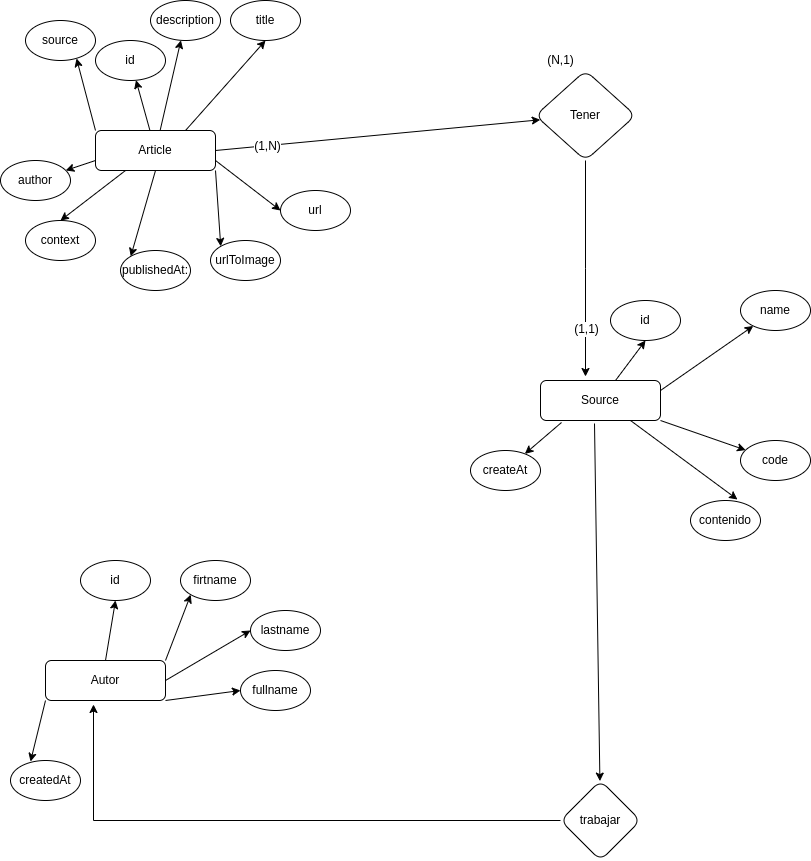
Earlier version of the draw.io export info.png (santy-ramirez/basededatos). Source tidied: cells renumbered, new cells last; positions are measured from the earlier drawing's top-left corner, leaving out a move shared by most shapes.
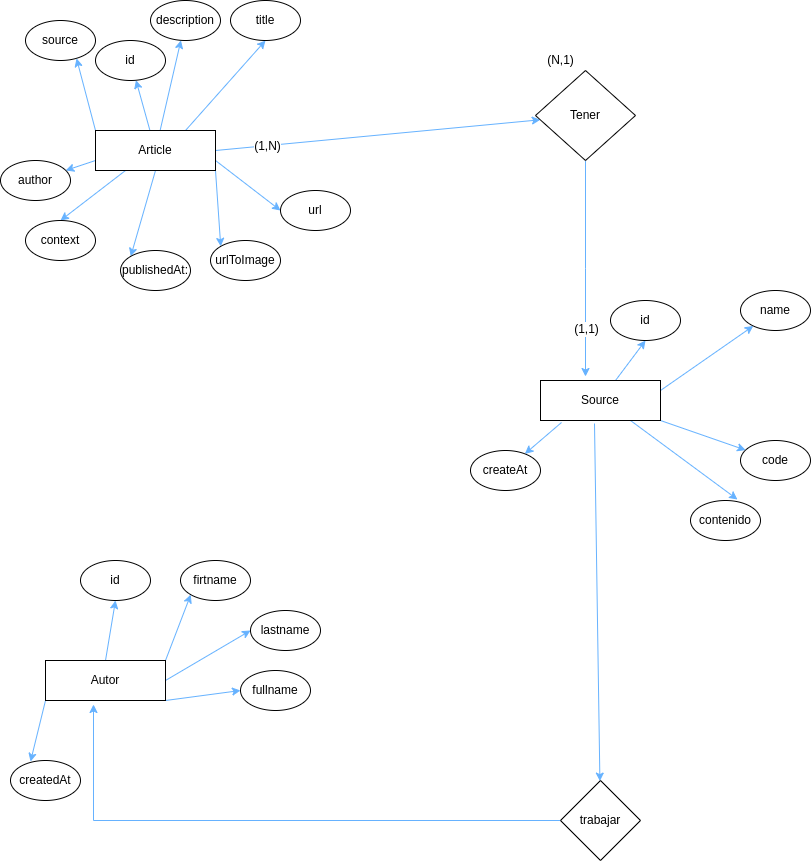
Above is the later version.

Diff of the diagram source:
```diff
@@ -2,158 +2,158 @@
   <root>
     <mxCell id="0" />
     <mxCell id="1" parent="0" />
-    <mxCell id="2" style="rounded=0;jettySize=auto;html=1;" parent="1" edge="1" source="13" target="27">
+    <mxCell id="2" style="rounded=0;jettySize=auto;html=1;strokeColor=#66B2FF;" parent="1" edge="1" source="13" target="27">
       <mxGeometry relative="1" as="geometry" />
     </mxCell>
-    <mxCell id="3" style="rounded=0;jettySize=auto;html=1;exitX=0.75;exitY=0;exitDx=0;exitDy=0;entryX=0.5;entryY=1;entryDx=0;entryDy=0;" parent="1" edge="1" source="13" target="28">
+    <mxCell id="3" style="rounded=0;jettySize=auto;html=1;exitX=0.75;exitY=0;exitDx=0;exitDy=0;entryX=0.5;entryY=1;entryDx=0;entryDy=0;strokeColor=#66B2FF;" parent="1" edge="1" source="13" target="28">
       <mxGeometry relative="1" as="geometry" />
     </mxCell>
-    <mxCell id="4" style="edgeStyle=none;rounded=0;jettySize=auto;html=1;fontFamily=Helvetica;fontSize=12;" parent="1" edge="1" source="13" target="29">
+    <mxCell id="4" style="edgeStyle=none;rounded=0;jettySize=auto;html=1;fontFamily=Helvetica;fontSize=12;strokeColor=#66B2FF;" parent="1" edge="1" source="13" target="29">
       <mxGeometry relative="1" as="geometry" />
     </mxCell>
-    <mxCell id="5" style="edgeStyle=none;rounded=0;jettySize=auto;html=1;exitX=1;exitY=0.75;exitDx=0;exitDy=0;entryX=0;entryY=0.5;entryDx=0;entryDy=0;fontFamily=Helvetica;fontSize=12;" parent="1" edge="1" source="13" target="30">
+    <mxCell id="5" style="edgeStyle=none;rounded=0;jettySize=auto;html=1;exitX=1;exitY=0.75;exitDx=0;exitDy=0;entryX=0;entryY=0.5;entryDx=0;entryDy=0;fontFamily=Helvetica;fontSize=12;strokeColor=#66B2FF;" parent="1" edge="1" source="13" target="30">
       <mxGeometry relative="1" as="geometry" />
     </mxCell>
-    <mxCell id="6" style="edgeStyle=none;rounded=0;jettySize=auto;html=1;exitX=1;exitY=1;exitDx=0;exitDy=0;entryX=0;entryY=0;entryDx=0;entryDy=0;fontFamily=Helvetica;fontSize=12;" parent="1" edge="1" source="13" target="31">
+    <mxCell id="6" style="edgeStyle=none;rounded=0;jettySize=auto;html=1;exitX=1;exitY=1;exitDx=0;exitDy=0;entryX=0;entryY=0;entryDx=0;entryDy=0;fontFamily=Helvetica;fontSize=12;strokeColor=#66B2FF;" parent="1" edge="1" source="13" target="31">
       <mxGeometry relative="1" as="geometry" />
     </mxCell>
-    <mxCell id="7" style="edgeStyle=none;rounded=0;jettySize=auto;html=1;exitX=0.5;exitY=1;exitDx=0;exitDy=0;entryX=0;entryY=0;entryDx=0;entryDy=0;fontFamily=Helvetica;fontSize=12;" parent="1" edge="1" source="13" target="32">
+    <mxCell id="7" style="edgeStyle=none;rounded=0;jettySize=auto;html=1;exitX=0.5;exitY=1;exitDx=0;exitDy=0;entryX=0;entryY=0;entryDx=0;entryDy=0;fontFamily=Helvetica;fontSize=12;strokeColor=#66B2FF;" parent="1" edge="1" source="13" target="32">
       <mxGeometry relative="1" as="geometry" />
     </mxCell>
-    <mxCell id="8" style="edgeStyle=none;rounded=0;jettySize=auto;html=1;exitX=0.25;exitY=1;exitDx=0;exitDy=0;entryX=0.5;entryY=0;entryDx=0;entryDy=0;fontFamily=Helvetica;fontSize=12;" parent="1" edge="1" source="13" target="33">
+    <mxCell id="8" style="edgeStyle=none;rounded=0;jettySize=auto;html=1;exitX=0.25;exitY=1;exitDx=0;exitDy=0;entryX=0.5;entryY=0;entryDx=0;entryDy=0;fontFamily=Helvetica;fontSize=12;strokeColor=#66B2FF;" parent="1" edge="1" source="13" target="33">
       <mxGeometry relative="1" as="geometry" />
     </mxCell>
-    <mxCell id="9" style="edgeStyle=none;rounded=0;jettySize=auto;html=1;exitX=0;exitY=0.75;exitDx=0;exitDy=0;fontFamily=Helvetica;fontSize=12;" parent="1" edge="1" source="13" target="34">
+    <mxCell id="9" style="edgeStyle=none;rounded=0;jettySize=auto;html=1;exitX=0;exitY=0.75;exitDx=0;exitDy=0;fontFamily=Helvetica;fontSize=12;strokeColor=#66B2FF;" parent="1" edge="1" source="13" target="34">
       <mxGeometry relative="1" as="geometry" />
     </mxCell>
-    <mxCell id="10" style="edgeStyle=none;rounded=0;jettySize=auto;html=1;exitX=0;exitY=0;exitDx=0;exitDy=0;entryX=0.729;entryY=0.95;entryDx=0;entryDy=0;entryPerimeter=0;fontFamily=Helvetica;fontSize=12;" parent="1" edge="1" source="13" target="35">
+    <mxCell id="10" style="edgeStyle=none;rounded=0;jettySize=auto;html=1;exitX=0;exitY=0;exitDx=0;exitDy=0;entryX=0.729;entryY=0.95;entryDx=0;entryDy=0;entryPerimeter=0;fontFamily=Helvetica;fontSize=12;strokeColor=#66B2FF;" parent="1" edge="1" source="13" target="35">
       <mxGeometry relative="1" as="geometry" />
     </mxCell>
-    <mxCell id="11" style="rounded=0;jettySize=auto;html=1;fontFamily=Helvetica;fontSize=12;exitX=1;exitY=0.5;exitDx=0;exitDy=0;" parent="1" edge="1" source="13" target="48">
+    <mxCell id="11" style="rounded=0;jettySize=auto;html=1;fontFamily=Helvetica;fontSize=12;exitX=1;exitY=0.5;exitDx=0;exitDy=0;strokeColor=#66B2FF;" parent="1" edge="1" source="13" target="48">
       <mxGeometry relative="1" as="geometry" />
     </mxCell>
-    <mxCell id="12" value="(1,N)" style="edgeLabel;html=1;align=center;verticalAlign=middle;fontSize=12;fontFamily=Helvetica;" parent="11" vertex="1">
+    <mxCell id="12" value="(1,N)" style="edgeLabel;html=1;align=center;verticalAlign=middle;fontSize=12;fontFamily=Helvetica;rounded=0;" parent="11" vertex="1">
       <mxGeometry x="-0.68" relative="1" as="geometry" />
     </mxCell>
-    <mxCell id="13" value="Article" style="rounded=1;whiteSpace=wrap;html=1;fontSize=12;glass=0;strokeWidth=1;shadow=0;" parent="1" vertex="1">
+    <mxCell id="13" value="Article" style="rounded=0;whiteSpace=wrap;html=1;fontSize=12;glass=0;strokeWidth=1;shadow=0;" parent="1" vertex="1">
       <mxGeometry x="95" y="130" width="120" height="40" as="geometry" />
     </mxCell>
-    <mxCell id="14" style="edgeStyle=none;rounded=0;jettySize=auto;html=1;entryX=0.5;entryY=1;entryDx=0;entryDy=0;fontFamily=Helvetica;fontSize=12;" parent="1" edge="1" source="20" target="36">
+    <mxCell id="14" style="edgeStyle=none;rounded=0;jettySize=auto;html=1;entryX=0.5;entryY=1;entryDx=0;entryDy=0;fontFamily=Helvetica;fontSize=12;strokeColor=#66B2FF;" parent="1" edge="1" source="20" target="36">
       <mxGeometry relative="1" as="geometry" />
     </mxCell>
-    <mxCell id="15" style="edgeStyle=none;rounded=0;jettySize=auto;html=1;exitX=1;exitY=0.25;exitDx=0;exitDy=0;fontFamily=Helvetica;fontSize=12;" parent="1" edge="1" source="20" target="38">
+    <mxCell id="15" style="edgeStyle=none;rounded=0;jettySize=auto;html=1;exitX=1;exitY=0.25;exitDx=0;exitDy=0;fontFamily=Helvetica;fontSize=12;strokeColor=#66B2FF;" parent="1" edge="1" source="20" target="38">
       <mxGeometry relative="1" as="geometry" />
     </mxCell>
-    <mxCell id="16" style="edgeStyle=none;rounded=0;jettySize=auto;html=1;exitX=1;exitY=1;exitDx=0;exitDy=0;fontFamily=Helvetica;fontSize=12;" parent="1" edge="1" source="20" target="39">
+    <mxCell id="16" style="edgeStyle=none;rounded=0;jettySize=auto;html=1;exitX=1;exitY=1;exitDx=0;exitDy=0;fontFamily=Helvetica;fontSize=12;strokeColor=#66B2FF;" parent="1" edge="1" source="20" target="39">
       <mxGeometry relative="1" as="geometry" />
     </mxCell>
-    <mxCell id="17" style="edgeStyle=none;rounded=0;jettySize=auto;html=1;exitX=0.75;exitY=1;exitDx=0;exitDy=0;entryX=0.671;entryY=-0.025;entryDx=0;entryDy=0;entryPerimeter=0;fontFamily=Helvetica;fontSize=12;" parent="1" edge="1" source="20" target="40">
+    <mxCell id="17" style="edgeStyle=none;rounded=0;jettySize=auto;html=1;exitX=0.75;exitY=1;exitDx=0;exitDy=0;entryX=0.671;entryY=-0.025;entryDx=0;entryDy=0;entryPerimeter=0;fontFamily=Helvetica;fontSize=12;strokeColor=#66B2FF;" parent="1" edge="1" source="20" target="40">
       <mxGeometry relative="1" as="geometry" />
     </mxCell>
-    <mxCell id="18" style="edgeStyle=none;rounded=0;jettySize=auto;html=1;exitX=0.175;exitY=1.05;exitDx=0;exitDy=0;fontFamily=Helvetica;fontSize=12;exitPerimeter=0;" parent="1" edge="1" source="20" target="41">
+    <mxCell id="18" style="edgeStyle=none;rounded=0;jettySize=auto;html=1;exitX=0.175;exitY=1.05;exitDx=0;exitDy=0;fontFamily=Helvetica;fontSize=12;exitPerimeter=0;strokeColor=#66B2FF;" parent="1" edge="1" source="20" target="41">
       <mxGeometry relative="1" as="geometry" />
     </mxCell>
-    <mxCell id="19" style="rounded=0;jettySize=auto;html=1;fontFamily=Helvetica;fontSize=12;exitX=0.45;exitY=1.075;exitDx=0;exitDy=0;exitPerimeter=0;" parent="1" edge="1" source="20" target="51">
+    <mxCell id="19" style="rounded=0;jettySize=auto;html=1;fontFamily=Helvetica;fontSize=12;exitX=0.45;exitY=1.075;exitDx=0;exitDy=0;exitPerimeter=0;strokeColor=#66B2FF;" parent="1" edge="1" source="20" target="51">
       <mxGeometry relative="1" as="geometry" />
     </mxCell>
-    <mxCell id="20" value="Source" style="rounded=1;whiteSpace=wrap;html=1;fontSize=12;glass=0;strokeWidth=1;shadow=0;" parent="1" vertex="1">
+    <mxCell id="20" value="Source" style="rounded=0;whiteSpace=wrap;html=1;fontSize=12;glass=0;strokeWidth=1;shadow=0;" parent="1" vertex="1">
       <mxGeometry x="540" y="380" width="120" height="40" as="geometry" />
     </mxCell>
-    <mxCell id="21" style="edgeStyle=none;rounded=0;jettySize=auto;html=1;exitX=0.5;exitY=0;exitDx=0;exitDy=0;entryX=0.5;entryY=1;entryDx=0;entryDy=0;fontFamily=Helvetica;fontSize=12;" parent="1" edge="1" source="26" target="37">
+    <mxCell id="21" style="edgeStyle=none;rounded=0;jettySize=auto;html=1;exitX=0.5;exitY=0;exitDx=0;exitDy=0;entryX=0.5;entryY=1;entryDx=0;entryDy=0;fontFamily=Helvetica;fontSize=12;strokeColor=#66B2FF;" parent="1" edge="1" source="26" target="37">
       <mxGeometry relative="1" as="geometry" />
     </mxCell>
-    <mxCell id="22" style="edgeStyle=none;rounded=0;jettySize=auto;html=1;exitX=1;exitY=0;exitDx=0;exitDy=0;entryX=0;entryY=1;entryDx=0;entryDy=0;fontFamily=Helvetica;fontSize=12;" parent="1" edge="1" source="26" target="42">
+    <mxCell id="22" style="edgeStyle=none;rounded=0;jettySize=auto;html=1;exitX=1;exitY=0;exitDx=0;exitDy=0;entryX=0;entryY=1;entryDx=0;entryDy=0;fontFamily=Helvetica;fontSize=12;strokeColor=#66B2FF;" parent="1" edge="1" source="26" target="42">
       <mxGeometry relative="1" as="geometry" />
     </mxCell>
-    <mxCell id="23" style="edgeStyle=none;rounded=0;jettySize=auto;html=1;exitX=1;exitY=0.5;exitDx=0;exitDy=0;entryX=0;entryY=0.5;entryDx=0;entryDy=0;fontFamily=Helvetica;fontSize=12;" parent="1" edge="1" source="26" target="43">
+    <mxCell id="23" style="edgeStyle=none;rounded=0;jettySize=auto;html=1;exitX=1;exitY=0.5;exitDx=0;exitDy=0;entryX=0;entryY=0.5;entryDx=0;entryDy=0;fontFamily=Helvetica;fontSize=12;strokeColor=#66B2FF;" parent="1" edge="1" source="26" target="43">
       <mxGeometry relative="1" as="geometry" />
     </mxCell>
-    <mxCell id="24" style="edgeStyle=none;rounded=0;jettySize=auto;html=1;exitX=1;exitY=1;exitDx=0;exitDy=0;entryX=0;entryY=0.5;entryDx=0;entryDy=0;fontFamily=Helvetica;fontSize=12;" parent="1" edge="1" source="26" target="44">
+    <mxCell id="24" style="edgeStyle=none;rounded=0;jettySize=auto;html=1;exitX=1;exitY=1;exitDx=0;exitDy=0;entryX=0;entryY=0.5;entryDx=0;entryDy=0;fontFamily=Helvetica;fontSize=12;strokeColor=#66B2FF;" parent="1" edge="1" source="26" target="44">
       <mxGeometry relative="1" as="geometry" />
     </mxCell>
-    <mxCell id="25" style="edgeStyle=none;rounded=0;jettySize=auto;html=1;exitX=0;exitY=1;exitDx=0;exitDy=0;entryX=0.286;entryY=0.025;entryDx=0;entryDy=0;entryPerimeter=0;fontFamily=Helvetica;fontSize=12;" parent="1" edge="1" source="26" target="45">
+    <mxCell id="25" style="edgeStyle=none;rounded=0;jettySize=auto;html=1;exitX=0;exitY=1;exitDx=0;exitDy=0;entryX=0.286;entryY=0.025;entryDx=0;entryDy=0;entryPerimeter=0;fontFamily=Helvetica;fontSize=12;strokeColor=#66B2FF;" parent="1" edge="1" source="26" target="45">
       <mxGeometry relative="1" as="geometry" />
     </mxCell>
-    <mxCell id="26" value="Autor" style="rounded=1;whiteSpace=wrap;html=1;fontSize=12;glass=0;strokeWidth=1;shadow=0;" parent="1" vertex="1">
+    <mxCell id="26" value="Autor" style="rounded=0;whiteSpace=wrap;html=1;fontSize=12;glass=0;strokeWidth=1;shadow=0;" parent="1" vertex="1">
       <mxGeometry x="45" y="660" width="120" height="40" as="geometry" />
     </mxCell>
-    <mxCell id="27" value="id" style="ellipse;whiteSpace=wrap;html=1;" parent="1" vertex="1">
+    <mxCell id="27" value="id" style="ellipse;whiteSpace=wrap;html=1;rounded=0;" parent="1" vertex="1">
       <mxGeometry x="95" y="40" width="70" height="40" as="geometry" />
     </mxCell>
-    <mxCell id="28" value="title" style="ellipse;whiteSpace=wrap;html=1;" parent="1" vertex="1">
+    <mxCell id="28" value="title" style="ellipse;whiteSpace=wrap;html=1;rounded=0;" parent="1" vertex="1">
       <mxGeometry x="230" width="70" height="40" as="geometry" />
     </mxCell>
-    <mxCell id="29" value="description" style="ellipse;whiteSpace=wrap;html=1;" parent="1" vertex="1">
+    <mxCell id="29" value="description" style="ellipse;whiteSpace=wrap;html=1;rounded=0;" parent="1" vertex="1">
       <mxGeometry x="150" width="70" height="40" as="geometry" />
     </mxCell>
-    <mxCell id="30" value="url" style="ellipse;whiteSpace=wrap;html=1;" parent="1" vertex="1">
+    <mxCell id="30" value="url" style="ellipse;whiteSpace=wrap;html=1;rounded=0;" parent="1" vertex="1">
       <mxGeometry x="280" y="190" width="70" height="40" as="geometry" />
     </mxCell>
-    <mxCell id="31" value="urlToImage" style="ellipse;whiteSpace=wrap;html=1;" parent="1" vertex="1">
+    <mxCell id="31" value="urlToImage" style="ellipse;whiteSpace=wrap;html=1;rounded=0;" parent="1" vertex="1">
       <mxGeometry x="210" y="240" width="70" height="40" as="geometry" />
     </mxCell>
-    <mxCell id="32" value="&lt;p&gt;&lt;span id=&quot;docs-internal-guid-4a5f1e9e-7fff-bc44-a257-1932f2b6fcc0&quot;&gt;&lt;span style=&quot;background-color: transparent; font-variant-numeric: normal; font-variant-east-asian: normal; vertical-align: baseline;&quot;&gt;&lt;font style=&quot;font-size: 12px;&quot;&gt;publishedAt:&lt;/font&gt;&lt;/span&gt;&lt;/span&gt;&lt;/p&gt;" style="ellipse;whiteSpace=wrap;html=1;align=center;" parent="1" vertex="1">
+    <mxCell id="32" value="&lt;p&gt;&lt;span id=&quot;docs-internal-guid-4a5f1e9e-7fff-bc44-a257-1932f2b6fcc0&quot;&gt;&lt;span style=&quot;background-color: transparent; font-variant-numeric: normal; font-variant-east-asian: normal; vertical-align: baseline;&quot;&gt;&lt;font style=&quot;font-size: 12px;&quot;&gt;publishedAt:&lt;/font&gt;&lt;/span&gt;&lt;/span&gt;&lt;/p&gt;" style="ellipse;whiteSpace=wrap;html=1;align=center;rounded=0;" parent="1" vertex="1">
       <mxGeometry x="120" y="250" width="70" height="40" as="geometry" />
     </mxCell>
-    <mxCell id="33" value="&lt;p&gt;context&lt;/p&gt;" style="ellipse;whiteSpace=wrap;html=1;align=center;" parent="1" vertex="1">
+    <mxCell id="33" value="&lt;p&gt;context&lt;/p&gt;" style="ellipse;whiteSpace=wrap;html=1;align=center;rounded=0;" parent="1" vertex="1">
       <mxGeometry x="25" y="220" width="70" height="40" as="geometry" />
     </mxCell>
-    <mxCell id="34" value="&lt;p&gt;author&lt;/p&gt;" style="ellipse;whiteSpace=wrap;html=1;align=center;" parent="1" vertex="1">
+    <mxCell id="34" value="&lt;p&gt;author&lt;/p&gt;" style="ellipse;whiteSpace=wrap;html=1;align=center;rounded=0;" parent="1" vertex="1">
       <mxGeometry y="160" width="70" height="40" as="geometry" />
     </mxCell>
-    <mxCell id="35" value="&lt;p&gt;source&lt;/p&gt;" style="ellipse;whiteSpace=wrap;html=1;align=center;" parent="1" vertex="1">
+    <mxCell id="35" value="&lt;p&gt;source&lt;/p&gt;" style="ellipse;whiteSpace=wrap;html=1;align=center;rounded=0;" parent="1" vertex="1">
       <mxGeometry x="25" y="20" width="70" height="40" as="geometry" />
     </mxCell>
-    <mxCell id="36" value="&lt;p&gt;id&lt;/p&gt;" style="ellipse;whiteSpace=wrap;html=1;align=center;" parent="1" vertex="1">
+    <mxCell id="36" value="&lt;p&gt;id&lt;/p&gt;" style="ellipse;whiteSpace=wrap;html=1;align=center;rounded=0;" parent="1" vertex="1">
       <mxGeometry x="610" y="300" width="70" height="40" as="geometry" />
     </mxCell>
-    <mxCell id="37" value="&lt;p&gt;id&lt;/p&gt;" style="ellipse;whiteSpace=wrap;html=1;align=center;" parent="1" vertex="1">
+    <mxCell id="37" value="&lt;p&gt;id&lt;/p&gt;" style="ellipse;whiteSpace=wrap;html=1;align=center;rounded=0;" parent="1" vertex="1">
       <mxGeometry x="80" y="560" width="70" height="40" as="geometry" />
     </mxCell>
-    <mxCell id="38" value="&lt;p&gt;name&lt;/p&gt;" style="ellipse;whiteSpace=wrap;html=1;align=center;" parent="1" vertex="1">
+    <mxCell id="38" value="&lt;p&gt;name&lt;/p&gt;" style="ellipse;whiteSpace=wrap;html=1;align=center;rounded=0;" parent="1" vertex="1">
       <mxGeometry x="740" y="290" width="70" height="40" as="geometry" />
     </mxCell>
-    <mxCell id="39" value="&lt;p&gt;code&lt;/p&gt;" style="ellipse;whiteSpace=wrap;html=1;align=center;" parent="1" vertex="1">
+    <mxCell id="39" value="&lt;p&gt;code&lt;/p&gt;" style="ellipse;whiteSpace=wrap;html=1;align=center;rounded=0;" parent="1" vertex="1">
       <mxGeometry x="740" y="440" width="70" height="40" as="geometry" />
     </mxCell>
-    <mxCell id="40" value="&lt;p&gt;contenido&lt;/p&gt;" style="ellipse;whiteSpace=wrap;html=1;align=center;" parent="1" vertex="1">
+    <mxCell id="40" value="&lt;p&gt;contenido&lt;/p&gt;" style="ellipse;whiteSpace=wrap;html=1;align=center;rounded=0;" parent="1" vertex="1">
       <mxGeometry x="690" y="500" width="70" height="40" as="geometry" />
     </mxCell>
-    <mxCell id="41" value="&lt;p&gt;createAt&lt;/p&gt;" style="ellipse;whiteSpace=wrap;html=1;align=center;" parent="1" vertex="1">
+    <mxCell id="41" value="&lt;p&gt;createAt&lt;/p&gt;" style="ellipse;whiteSpace=wrap;html=1;align=center;rounded=0;" parent="1" vertex="1">
       <mxGeometry x="470" y="450" width="70" height="40" as="geometry" />
     </mxCell>
-    <mxCell id="42" value="&lt;p&gt;firtname&lt;/p&gt;" style="ellipse;whiteSpace=wrap;html=1;align=center;" parent="1" vertex="1">
+    <mxCell id="42" value="&lt;p&gt;firtname&lt;/p&gt;" style="ellipse;whiteSpace=wrap;html=1;align=center;rounded=0;" parent="1" vertex="1">
       <mxGeometry x="180" y="560" width="70" height="40" as="geometry" />
     </mxCell>
-    <mxCell id="43" value="&lt;p&gt;lastname&lt;/p&gt;" style="ellipse;whiteSpace=wrap;html=1;align=center;" parent="1" vertex="1">
+    <mxCell id="43" value="&lt;p&gt;lastname&lt;/p&gt;" style="ellipse;whiteSpace=wrap;html=1;align=center;rounded=0;" parent="1" vertex="1">
       <mxGeometry x="250" y="610" width="70" height="40" as="geometry" />
     </mxCell>
-    <mxCell id="44" value="&lt;p&gt;fullname&lt;/p&gt;" style="ellipse;whiteSpace=wrap;html=1;align=center;" parent="1" vertex="1">
+    <mxCell id="44" value="&lt;p&gt;fullname&lt;/p&gt;" style="ellipse;whiteSpace=wrap;html=1;align=center;rounded=0;" parent="1" vertex="1">
       <mxGeometry x="240" y="670" width="70" height="40" as="geometry" />
     </mxCell>
-    <mxCell id="45" value="&lt;p&gt;createdAt&lt;/p&gt;" style="ellipse;whiteSpace=wrap;html=1;align=center;" parent="1" vertex="1">
+    <mxCell id="45" value="&lt;p&gt;createdAt&lt;/p&gt;" style="ellipse;whiteSpace=wrap;html=1;align=center;rounded=0;" parent="1" vertex="1">
       <mxGeometry x="10" y="760" width="70" height="40" as="geometry" />
     </mxCell>
-    <mxCell id="46" style="edgeStyle=elbowEdgeStyle;rounded=0;jettySize=auto;elbow=vertical;html=1;entryX=0.375;entryY=-0.1;entryDx=0;entryDy=0;entryPerimeter=0;fontFamily=Helvetica;fontSize=12;" parent="1" edge="1" source="48" target="20">
+    <mxCell id="46" style="edgeStyle=elbowEdgeStyle;rounded=0;jettySize=auto;elbow=vertical;html=1;entryX=0.375;entryY=-0.1;entryDx=0;entryDy=0;entryPerimeter=0;fontFamily=Helvetica;fontSize=12;strokeColor=#66B2FF;" parent="1" edge="1" source="48" target="20">
       <mxGeometry relative="1" as="geometry" />
     </mxCell>
-    <mxCell id="47" value="(1,1)" style="edgeLabel;html=1;align=center;verticalAlign=middle;fontSize=12;fontFamily=Helvetica;" parent="46" vertex="1">
+    <mxCell id="47" value="(1,1)" style="edgeLabel;html=1;align=center;verticalAlign=middle;fontSize=12;fontFamily=Helvetica;rounded=0;" parent="46" vertex="1">
       <mxGeometry x="0.56" relative="1" as="geometry" />
     </mxCell>
-    <mxCell id="48" value="Tener" style="rhombus;whiteSpace=wrap;html=1;rounded=1;glass=0;strokeWidth=1;shadow=0;" parent="1" vertex="1">
+    <mxCell id="48" value="Tener" style="rhombus;whiteSpace=wrap;html=1;rounded=0;glass=0;strokeWidth=1;shadow=0;" parent="1" vertex="1">
       <mxGeometry x="535" y="70" width="100" height="90" as="geometry" />
     </mxCell>
-    <mxCell id="49" value="(N,1)" style="text;html=1;align=center;verticalAlign=middle;strokeColor=none;fillColor=none;fontSize=12;fontFamily=Helvetica;" parent="1" vertex="1">
+    <mxCell id="49" value="(N,1)" style="text;html=1;align=center;verticalAlign=middle;strokeColor=none;fillColor=none;fontSize=12;fontFamily=Helvetica;rounded=0;" parent="1" vertex="1">
       <mxGeometry x="535" y="45" width="50" height="30" as="geometry" />
     </mxCell>
-    <mxCell id="50" style="edgeStyle=elbowEdgeStyle;rounded=0;jettySize=auto;html=1;exitX=0;exitY=0.5;exitDx=0;exitDy=0;entryX=0.4;entryY=1.1;entryDx=0;entryDy=0;entryPerimeter=0;fontFamily=Helvetica;fontSize=12;elbow=vertical;" parent="1" edge="1" source="51" target="26">
+    <mxCell id="50" style="edgeStyle=elbowEdgeStyle;rounded=0;jettySize=auto;html=1;exitX=0;exitY=0.5;exitDx=0;exitDy=0;entryX=0.4;entryY=1.1;entryDx=0;entryDy=0;entryPerimeter=0;fontFamily=Helvetica;fontSize=12;elbow=vertical;strokeColor=#66B2FF;" parent="1" edge="1" source="51" target="26">
       <mxGeometry relative="1" as="geometry">
         <Array as="points">
           <mxPoint x="310" y="820" />
         </Array>
       </mxGeometry>
     </mxCell>
-    <mxCell id="51" value="trabajar" style="rhombus;whiteSpace=wrap;html=1;rounded=1;glass=0;strokeWidth=1;shadow=0;" parent="1" vertex="1">
+    <mxCell id="51" value="trabajar" style="rhombus;whiteSpace=wrap;html=1;rounded=0;glass=0;strokeWidth=1;shadow=0;" parent="1" vertex="1">
       <mxGeometry x="560" y="780" width="80" height="80" as="geometry" />
     </mxCell>
   </root>
```
